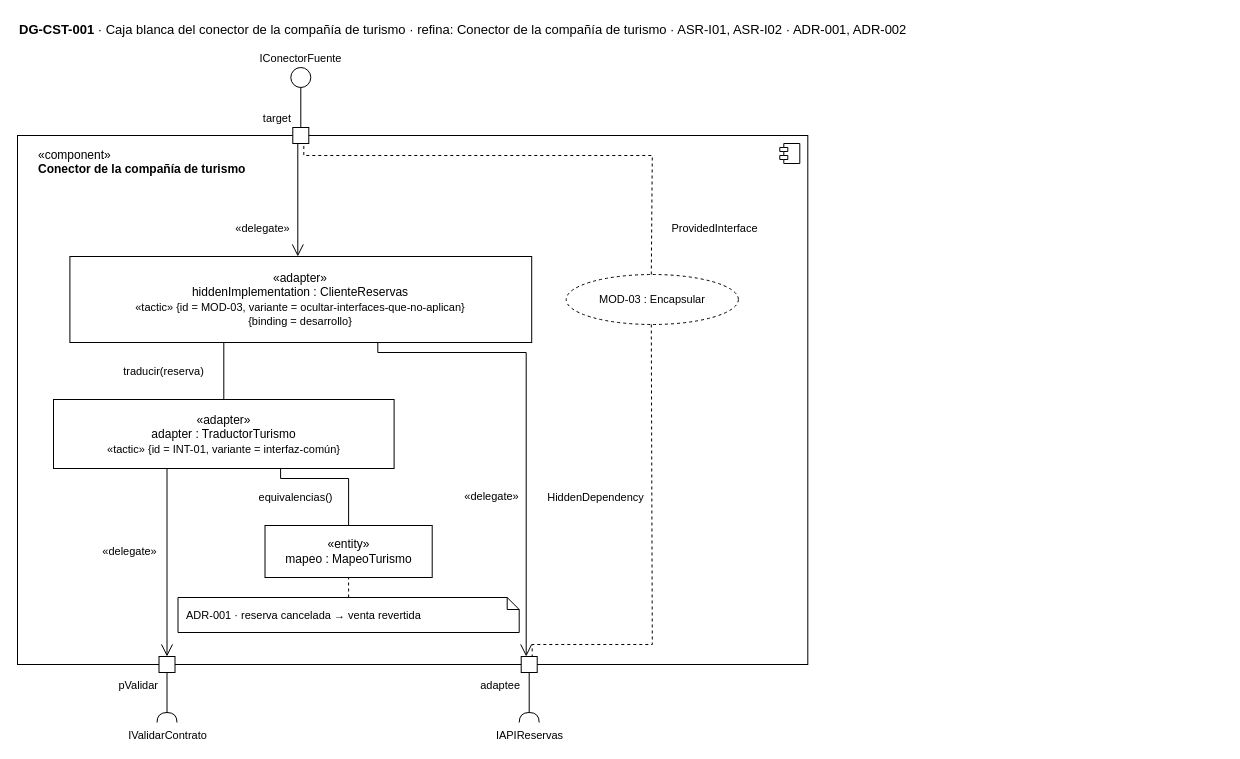
This is page "DG-CST-001 · Conector de turismo: leer y traducir" (3 of 13) of docs/modelos/drawio/Reto3-Vista-Componentes.drawio from MATI-MBIT/arqsoft-reto-3, a draw.io file, before an edit. Source tidied: cells renumbered, new cells numbered last; positions are measured from the earlier drawing's top-left corner, leaving out a move shared by most shapes. Both pictures are drawn from the tidied source at 100%, with x=0, y=0 at pixel (17, 17).
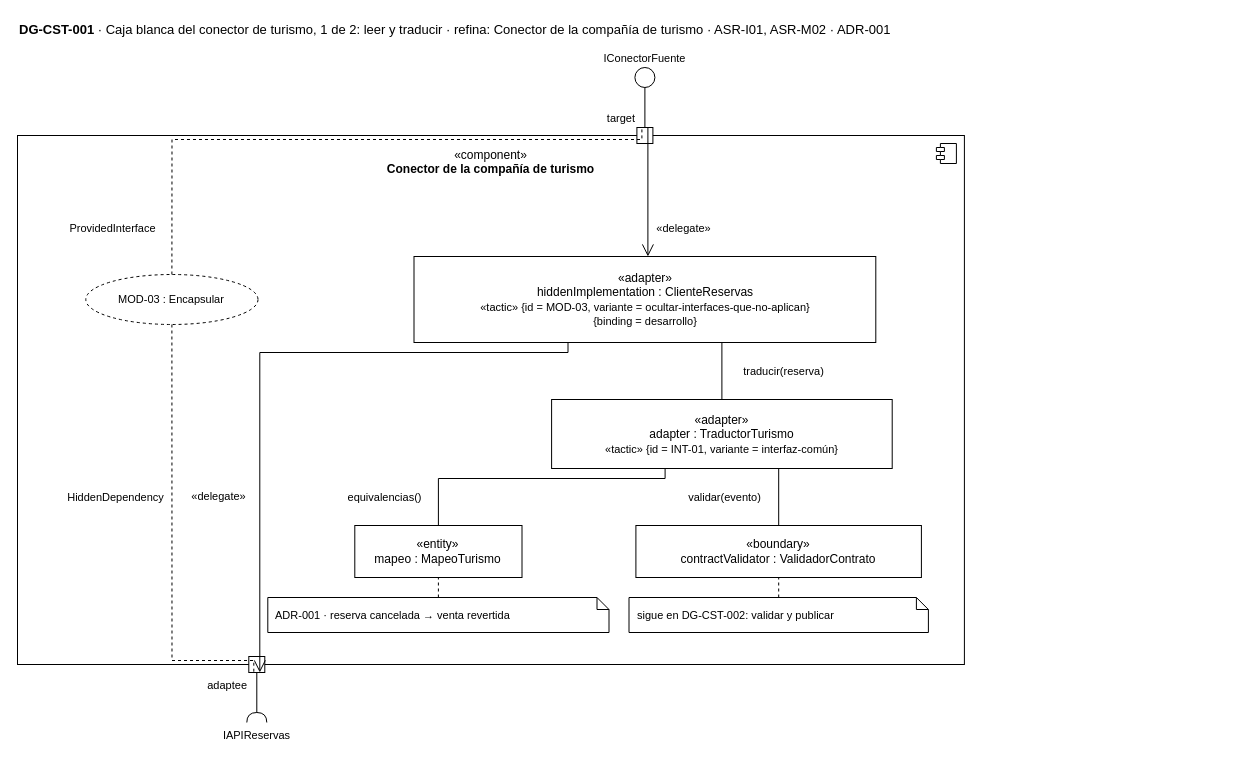
The same page after the edit.

Diff of the diagram source:
```diff
@@
-    <mxCell id="2" value="&lt;b&gt;DG-CST-001&lt;/b&gt; · Caja blanca del conector de la compañía de turismo · refina: Conector de la compañía de turismo · ASR-I01, ASR-I02 · ADR-001, ADR-002" style="text;html=1;align=left;verticalAlign=middle;fontSize=13;" parent="1" vertex="1">
-      <mxGeometry width="1196.8" height="24" as="geometry" />
+    <mxCell id="2" value="&lt;b&gt;DG-CST-001&lt;/b&gt; · Caja blanca del conector de turismo, 1 de 2: leer y traducir · refina: Conector de la compañía de turismo · ASR-I01, ASR-M02 · ADR-001" style="text;html=1;align=left;verticalAlign=middle;fontSize=13;" parent="1" vertex="1">
+      <mxGeometry width="1204.8" height="24" as="geometry" />
     </mxCell>
-    <mxCell id="3" value="«component»&lt;br&gt;&lt;b&gt;Conector de la compañía de turismo&lt;/b&gt;" style="html=1;whiteSpace=wrap;verticalAlign=top;align=left;spacingTop=6;fillColor=#FFFFFF;strokeColor=#000000;spacingLeft=19.3;" parent="1" vertex="1">
-      <mxGeometry y="118" width="790.3" height="529" as="geometry" />
+    <mxCell id="3" value="«component»&lt;br&gt;&lt;b&gt;Conector de la compañía de turismo&lt;/b&gt;" style="html=1;whiteSpace=wrap;verticalAlign=top;align=center;spacingTop=6;fillColor=#FFFFFF;strokeColor=#000000;" parent="1" vertex="1">
+      <mxGeometry y="118" width="946.9" height="529" as="geometry" />
     </mxCell>
     <mxCell id="4" style="shape=module;jettyWidth=8;jettyHeight=4;fillColor=#FFFFFF;strokeColor=#000000;" parent="3" vertex="1">
-      <mxGeometry x="762.3" y="8" width="20" height="20" as="geometry" />
+      <mxGeometry x="918.9" y="8" width="20" height="20" as="geometry" />
     </mxCell>
     <mxCell id="5" value="«adapter»&lt;br&gt;hiddenImplementation : ClienteReservas&lt;br&gt;&lt;font style=&quot;font-size:11px&quot;&gt;«tactic» {id = MOD-03, variante = ocultar-interfaces-que-no-aplican}&lt;/font&gt;&lt;br&gt;&lt;font style=&quot;font-size:11px&quot;&gt;{binding = desarrollo}&lt;/font&gt;" style="html=1;whiteSpace=wrap;fillColor=#FFFFFF;strokeColor=#000000;fontSize=12;" parent="3" vertex="1">
-      <mxGeometry x="52.4" y="121" width="461.8" height="86" as="geometry" />
+      <mxGeometry x="396.5" y="121" width="461.8" height="86" as="geometry" />
     </mxCell>
     <mxCell id="6" value="«adapter»&lt;br&gt;adapter : TraductorTurismo&lt;br&gt;&lt;font style=&quot;font-size:11px&quot;&gt;«tactic» {id = INT-01, variante = interfaz-común}&lt;/font&gt;" style="html=1;whiteSpace=wrap;fillColor=#FFFFFF;strokeColor=#000000;fontSize=12;" parent="3" vertex="1">
-      <mxGeometry x="36" y="264" width="340.6" height="69" as="geometry" />
+      <mxGeometry x="534.1" y="264" width="340.6" height="69" as="geometry" />
     </mxCell>
     <mxCell id="7" value="«entity»&lt;br&gt;mapeo : MapeoTurismo" style="html=1;whiteSpace=wrap;fillColor=#FFFFFF;strokeColor=#000000;fontSize=12;" parent="3" vertex="1">
-      <mxGeometry x="247.5" y="390" width="167.2" height="52" as="geometry" />
+      <mxGeometry x="337.3" y="390" width="167.2" height="52" as="geometry" />
     </mxCell>
+    <mxCell id="27" value="«boundary»&lt;br&gt;contractValidator : ValidadorContrato" style="html=1;whiteSpace=wrap;fillColor=#FFFFFF;strokeColor=#000000;fontSize=12;" parent="3" vertex="1">
+      <mxGeometry x="618.4" y="390" width="285.5" height="52" as="geometry" />
+    </mxCell>
     <mxCell id="8" value="MOD-03 : Encapsular" style="ellipse;html=1;dashed=1;whiteSpace=wrap;fillColor=#FFFFFF;strokeColor=#000000;fontSize=11;" parent="3" vertex="1">
-      <mxGeometry x="548.7" y="139" width="172.2" height="50" as="geometry" />
+      <mxGeometry x="68.3" y="139" width="172.2" height="50" as="geometry" />
     </mxCell>
     <mxCell id="9" value="ADR-001 · reserva cancelada → venta revertida" style="shape=note;whiteSpace=wrap;html=1;size=12;fillColor=#FFFFFF;strokeColor=#000000;fontSize=11;align=left;spacingLeft=6;" parent="3" vertex="1">
-      <mxGeometry x="160.5" y="462" width="341.2" height="35" as="geometry" />
+      <mxGeometry x="250.3" y="462" width="341.2" height="35" as="geometry" />
     </mxCell>
+    <mxCell id="28" value="sigue en DG-CST-002: validar y publicar" style="shape=note;whiteSpace=wrap;html=1;size=12;fillColor=#FFFFFF;strokeColor=#000000;fontSize=11;align=left;spacingLeft=6;" parent="3" vertex="1">
+      <mxGeometry x="611.5" y="462" width="299.4" height="35" as="geometry" />
+    </mxCell>
     <mxCell id="10" value="IConectorFuente" style="ellipse;html=1;fillColor=#FFFFFF;strokeColor=#000000;fontSize=11;verticalLabelPosition=top;verticalAlign=bottom;" parent="1" vertex="1">
-      <mxGeometry x="273.3" y="50" width="20" height="20" as="geometry" />
+      <mxGeometry x="617.4" y="50" width="20" height="20" as="geometry" />
     </mxCell>
     <mxCell id="11" value="IAPIReservas" style="shape=requiredInterface;html=1;fillColor=#FFFFFF;strokeColor=#000000;fontSize=11;verticalLabelPosition=bottom;verticalAlign=top;direction=north;" parent="1" vertex="1">
-      <mxGeometry x="501.7" y="695" width="20" height="10" as="geometry" />
+      <mxGeometry x="229.3" y="695" width="20" height="10" as="geometry" />
     </mxCell>
-    <mxCell id="12" value="IValidarContrato" style="shape=requiredInterface;html=1;fillColor=#FFFFFF;strokeColor=#000000;fontSize=11;verticalLabelPosition=bottom;verticalAlign=top;direction=north;" parent="1" vertex="1">
-      <mxGeometry x="139.5" y="695" width="20" height="10" as="geometry" />
-    </mxCell>
     <mxCell id="13" value="adaptee" style="html=1;fillColor=#FFFFFF;strokeColor=#000000;labelPosition=left;verticalLabelPosition=bottom;align=right;verticalAlign=top;fontSize=11;" parent="1" vertex="1">
-      <mxGeometry x="503.7" y="639" width="16" height="16" as="geometry" />
+      <mxGeometry x="231.3" y="639" width="16" height="16" as="geometry" />
     </mxCell>
     <mxCell id="14" value="target" style="html=1;fillColor=#FFFFFF;strokeColor=#000000;labelPosition=left;verticalLabelPosition=top;align=right;verticalAlign=bottom;fontSize=11;" parent="1" vertex="1">
-      <mxGeometry x="275.3" y="110" width="16" height="16" as="geometry" />
+      <mxGeometry x="619.4" y="110" width="16" height="16" as="geometry" />
     </mxCell>
-    <mxCell id="15" value="pValidar" style="html=1;fillColor=#FFFFFF;strokeColor=#000000;labelPosition=left;verticalLabelPosition=bottom;align=right;verticalAlign=top;fontSize=11;" parent="1" vertex="1">
-      <mxGeometry x="141.5" y="639" width="16" height="16" as="geometry" />
-    </mxCell>
     <mxCell id="16" style="endArrow=none;html=1;rounded=0;fontSize=11;labelBackgroundColor=#ffffff;" parent="1" edge="1" source="14" target="10">
       <mxGeometry relative="1" as="geometry">
         <Array as="points">
-          <mxPoint x="283.3" y="110" />
-          <mxPoint x="283.3" y="70" />
+          <mxPoint x="627.4" y="110" />
+          <mxPoint x="627.4" y="70" />
         </Array>
       </mxGeometry>
     </mxCell>
     <mxCell id="17" style="endArrow=none;html=1;rounded=0;fontSize=11;labelBackgroundColor=#ffffff;" parent="1" edge="1" source="13" target="11">
       <mxGeometry relative="1" as="geometry">
         <Array as="points">
-          <mxPoint x="511.7" y="655" />
-          <mxPoint x="511.7" y="695" />
+          <mxPoint x="239.3" y="655" />
+          <mxPoint x="239.3" y="695" />
         </Array>
       </mxGeometry>
     </mxCell>
-    <mxCell id="18" style="endArrow=none;html=1;rounded=0;fontSize=11;labelBackgroundColor=#ffffff;" parent="1" edge="1" source="15" target="12">
+    <mxCell id="18" value="«delegate»" style="endArrow=open;endSize=10;html=1;rounded=0;fontSize=11;labelBackgroundColor=#ffffff;" parent="1" edge="1" source="14" target="5">
       <mxGeometry relative="1" as="geometry">
         <Array as="points">
-          <mxPoint x="149.5" y="655" />
-          <mxPoint x="149.5" y="695" />
+          <mxPoint x="630.4" y="110" />
+          <mxPoint x="630.4" y="239" />
         </Array>
+        <mxPoint x="35.9" y="36" as="offset" />
       </mxGeometry>
     </mxCell>
-    <mxCell id="19" value="«delegate»" style="endArrow=open;endSize=10;html=1;rounded=0;fontSize=11;labelBackgroundColor=#ffffff;" parent="1" edge="1" source="14" target="5">
+    <mxCell id="19" value="«delegate»" style="endArrow=open;endSize=10;html=1;rounded=0;fontSize=11;labelBackgroundColor=#ffffff;" parent="1" edge="1" source="5" target="13">
       <mxGeometry relative="1" as="geometry">
         <Array as="points">
-          <mxPoint x="280.3" y="126" />
-          <mxPoint x="280.3" y="239" />
+          <mxPoint x="550.5" y="325" />
+          <mxPoint x="550.5" y="335" />
+          <mxPoint x="242.3" y="335" />
+          <mxPoint x="242.3" y="655" />
         </Array>
-        <mxPoint x="-34.9" y="28" as="offset" />
+        <mxPoint x="-40.9" y="143.6" as="offset" />
       </mxGeometry>
     </mxCell>
-    <mxCell id="20" value="«delegate»" style="endArrow=open;endSize=10;html=1;rounded=0;fontSize=11;labelBackgroundColor=#ffffff;" parent="1" edge="1" source="5" target="13">
+    <mxCell id="20" value="traducir(reserva)" style="endArrow=none;html=1;rounded=0;fontSize=11;labelBackgroundColor=#ffffff;" parent="1" edge="1" source="5" target="6">
       <mxGeometry relative="1" as="geometry">
         <Array as="points">
-          <mxPoint x="360.3" y="325" />
-          <mxPoint x="360.3" y="335" />
-          <mxPoint x="508.7" y="335" />
-          <mxPoint x="508.7" y="639" />
+          <mxPoint x="704.4" y="325" />
+          <mxPoint x="704.4" y="382" />
         </Array>
-        <mxPoint x="-34.9" y="71.7" as="offset" />
+        <mxPoint x="61.2" as="offset" />
       </mxGeometry>
     </mxCell>
-    <mxCell id="21" value="traducir(reserva)" style="endArrow=none;html=1;rounded=0;fontSize=11;labelBackgroundColor=#ffffff;" parent="1" edge="1" source="5" target="6">
+    <mxCell id="21" value="equivalencias()" style="endArrow=none;html=1;rounded=0;fontSize=11;labelBackgroundColor=#ffffff;" parent="1" edge="1" source="6" target="7">
       <mxGeometry relative="1" as="geometry">
         <Array as="points">
-          <mxPoint x="206.3" y="325" />
-          <mxPoint x="206.3" y="382" />
+          <mxPoint x="647.6" y="451" />
+          <mxPoint x="647.6" y="461" />
+          <mxPoint x="420.9" y="461" />
+          <mxPoint x="420.9" y="508" />
         </Array>
-        <mxPoint x="-60.2" as="offset" />
+        <mxPoint x="-148.7" y="18.5" as="offset" />
       </mxGeometry>
     </mxCell>
-    <mxCell id="22" value="equivalencias()" style="endArrow=none;html=1;rounded=0;fontSize=11;labelBackgroundColor=#ffffff;" parent="1" edge="1" source="6" target="7">
+    <mxCell id="22" value="validar(evento)" style="endArrow=none;html=1;rounded=0;fontSize=11;labelBackgroundColor=#ffffff;" parent="1" edge="1" source="6" target="27">
       <mxGeometry relative="1" as="geometry">
         <Array as="points">
-          <mxPoint x="263.1" y="451" />
-          <mxPoint x="263.1" y="461" />
-          <mxPoint x="331.1" y="461" />
-          <mxPoint x="331.1" y="508" />
+          <mxPoint x="761.2" y="451" />
+          <mxPoint x="761.2" y="508" />
         </Array>
-        <mxPoint x="-38.3" y="18.5" as="offset" />
+        <mxPoint x="-53.8" as="offset" />
       </mxGeometry>
     </mxCell>
-    <mxCell id="23" value="«delegate»" style="endArrow=open;endSize=10;html=1;rounded=0;fontSize=11;labelBackgroundColor=#ffffff;" parent="1" edge="1" source="6" target="15">
+    <mxCell id="23" value="ProvidedInterface" style="endArrow=none;dashed=1;html=1;rounded=0;fontSize=11;labelBackgroundColor=#ffffff;" parent="1" edge="1" source="8" target="14">
       <mxGeometry relative="1" as="geometry">
         <Array as="points">
-          <mxPoint x="149.5" y="451" />
-          <mxPoint x="149.5" y="639" />
+          <mxPoint x="154.5" y="257" />
+          <mxPoint x="154.5" y="122" />
+          <mxPoint x="624.4" y="122" />
+          <mxPoint x="624.4" y="110" />
         </Array>
-        <mxPoint x="-37.9" y="-11" as="offset" />
+        <mxPoint x="-233.7" y="88.5" as="offset" />
       </mxGeometry>
     </mxCell>
-    <mxCell id="24" value="ProvidedInterface" style="endArrow=none;dashed=1;html=1;rounded=0;fontSize=11;labelBackgroundColor=#ffffff;" parent="1" edge="1" source="8" target="14">
+    <mxCell id="24" value="HiddenDependency" style="endArrow=none;dashed=1;html=1;rounded=0;fontSize=11;labelBackgroundColor=#ffffff;" parent="1" edge="1" source="8" target="13">
       <mxGeometry relative="1" as="geometry">
         <Array as="points">
-          <mxPoint x="634.8" y="257" />
-          <mxPoint x="634.8" y="138" />
-          <mxPoint x="286.3" y="138" />
-          <mxPoint x="286.3" y="126" />
+          <mxPoint x="154.5" y="307" />
+          <mxPoint x="154.5" y="643" />
+          <mxPoint x="236.3" y="643" />
+          <mxPoint x="236.3" y="655" />
         </Array>
-        <mxPoint x="182" y="72.5" as="offset" />
+        <mxPoint x="-57" y="-42.4" as="offset" />
       </mxGeometry>
     </mxCell>
-    <mxCell id="25" value="HiddenDependency" style="endArrow=none;dashed=1;html=1;rounded=0;fontSize=11;labelBackgroundColor=#ffffff;" parent="1" edge="1" source="8" target="13">
-      <mxGeometry relative="1" as="geometry">
-        <Array as="points">
-          <mxPoint x="634.8" y="307" />
-          <mxPoint x="634.8" y="627" />
-          <mxPoint x="514.7" y="627" />
-          <mxPoint x="514.7" y="639" />
-        </Array>
-        <mxPoint x="-57" y="-53.5" as="offset" />
-      </mxGeometry>
-    </mxCell>
     <mxCell id="26" style="endArrow=none;dashed=1;html=1;" parent="1" edge="1" source="9" target="7">
       <mxGeometry relative="1" as="geometry">
         <Array as="points">
-          <mxPoint x="331.1" y="580" />
-          <mxPoint x="331.1" y="560" />
+          <mxPoint x="420.9" y="580" />
+          <mxPoint x="420.9" y="560" />
         </Array>
       </mxGeometry>
     </mxCell>
+    <mxCell id="29" style="endArrow=none;dashed=1;html=1;" parent="1" edge="1" source="28" target="27">
+      <mxGeometry relative="1" as="geometry">
+        <Array as="points">
+          <mxPoint x="761.2" y="580" />
+          <mxPoint x="761.2" y="560" />
+        </Array>
+      </mxGeometry>
+    </mxCell>
```
